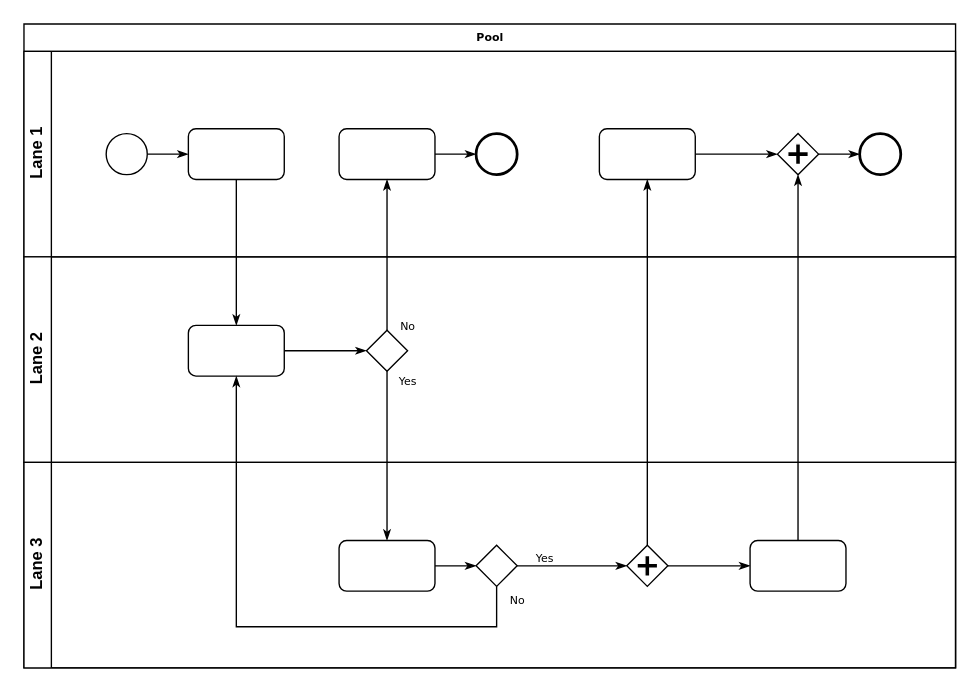
This is GitHub.drawio from qixiangcn/QXCN, a draw.io file, before an edit. Source tidied: cells renumbered, new cells numbered last; positions are measured from the earlier drawing's top-left corner, leaving out a move shared by most shapes. Both pictures are drawn from the tidied source at 137%, with x=0, y=0 at pixel (23, 23).
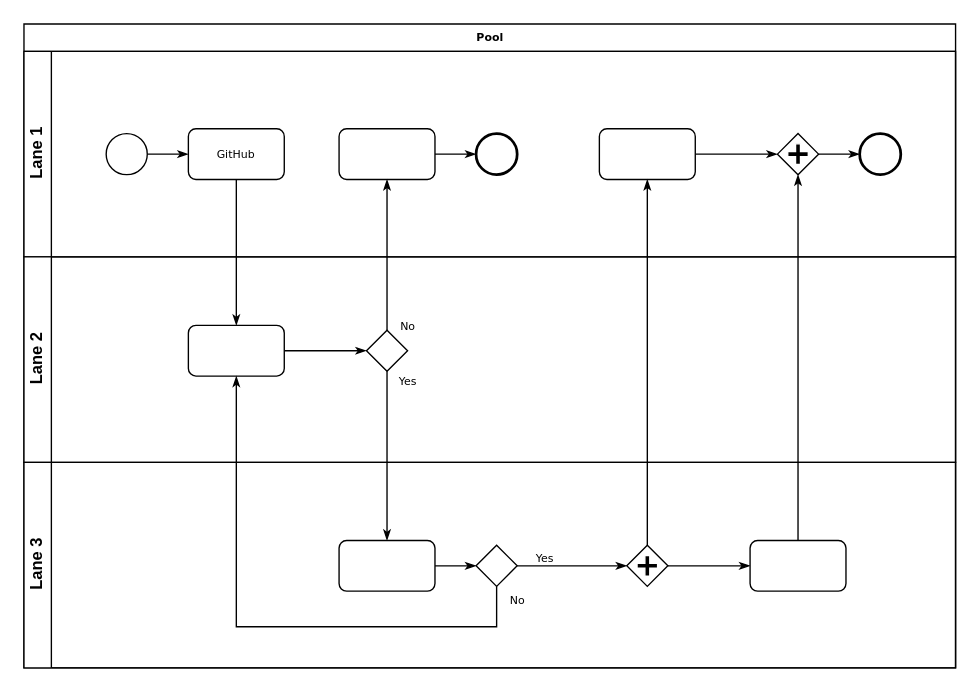
After the change.

Unchanged cells that the change refers to:
```xml
<mxCell id="3" value="Lane 1" style="swimlane;html=1;startSize=20;horizontal=0;" parent="2" vertex="1">
  <mxGeometry y="20" width="680" height="150" as="geometry" />
</mxCell>
```

Diff of the diagram source:
```diff
@@
-    <mxCell id="6" style="rounded=1;whiteSpace=wrap;html=1;shadow=0;labelBackgroundColor=none;strokeWidth=1;fontFamily=Verdana;fontSize=8;align=center;" parent="3" vertex="1">
+    <mxCell id="6" value="GitHub" style="rounded=1;whiteSpace=wrap;html=1;shadow=0;labelBackgroundColor=none;strokeWidth=1;fontFamily=Verdana;fontSize=8;align=center;" parent="3" vertex="1">
       <mxGeometry x="120" y="56.5" width="70" height="37" as="geometry" />
     </mxCell>
```
